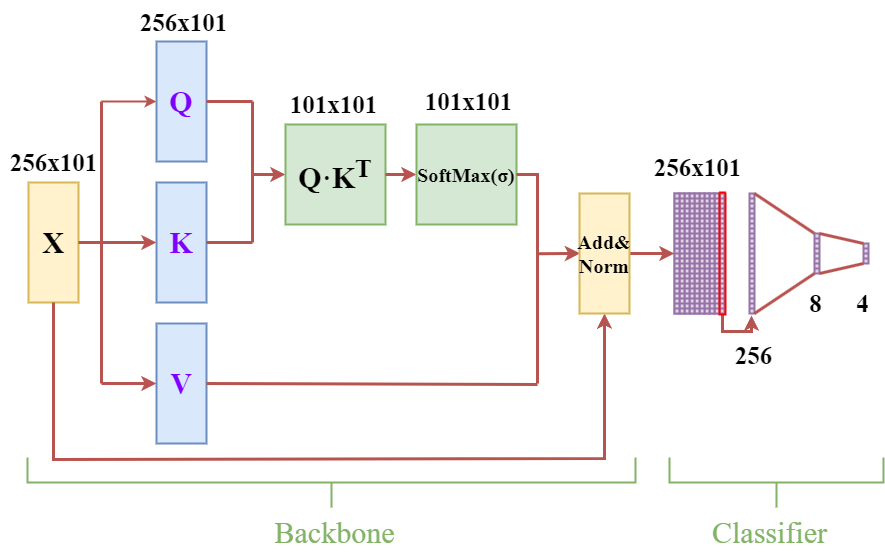
Above: attention.drawio.png in Purer-lyk/network_pic (draw.io), before the change. Source tidied: cells renumbered, new cells last; positions are measured from the earlier drawing's top-left corner, leaving out a move shared by most shapes.
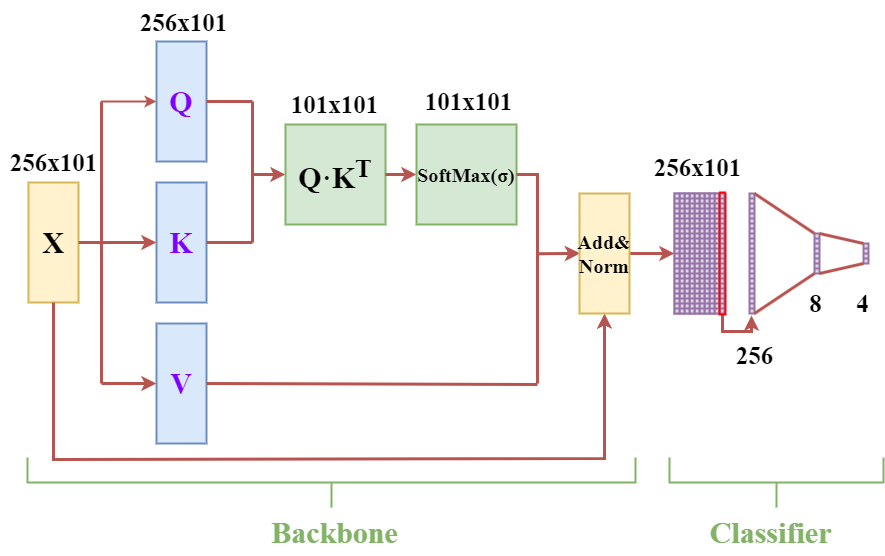
The same file after the commit.

What changed in the source:
```diff
@@ -1842,11 +1842,11 @@
     <mxCell id="602" style="strokeWidth=2;html=1;shape=mxgraph.flowchart.annotation_2;align=left;labelPosition=right;direction=north;fillColor=#d5e8d4;strokeColor=#82b366;" parent="1" vertex="1">
       <mxGeometry x="670" y="457" width="214" height="50" as="geometry" />
     </mxCell>
-    <mxCell id="603" value="&lt;font color=&quot;#82b366&quot; face=&quot;Times New Roman&quot; style=&quot;font-size: 30px;&quot;&gt;Backbone&lt;/font&gt;" style="text;html=1;align=center;verticalAlign=middle;strokeColor=none;fillColor=none;" parent="1" vertex="1">
-      <mxGeometry x="265" y="507" width="139" height="49" as="geometry" />
+    <mxCell id="603" value="&lt;font color=&quot;#82b366&quot; face=&quot;Times New Roman&quot; style=&quot;font-size: 30px;&quot;&gt;&lt;b&gt;Backbone&lt;/b&gt;&lt;/font&gt;" style="text;html=1;align=center;verticalAlign=middle;strokeColor=none;fillColor=none;" parent="1" vertex="1">
+      <mxGeometry x="262" y="507" width="146" height="49" as="geometry" />
     </mxCell>
-    <mxCell id="604" value="&lt;font color=&quot;#82b366&quot; face=&quot;Times New Roman&quot; style=&quot;font-size: 30px;&quot;&gt;Classifier&lt;/font&gt;" style="text;html=1;align=center;verticalAlign=middle;strokeColor=none;fillColor=none;" parent="1" vertex="1">
-      <mxGeometry x="703" y="507" width="134" height="49" as="geometry" />
+    <mxCell id="604" value="&lt;font color=&quot;#82b366&quot; face=&quot;Times New Roman&quot; style=&quot;font-size: 30px;&quot;&gt;&lt;b&gt;Classifier&lt;/b&gt;&lt;/font&gt;" style="text;html=1;align=center;verticalAlign=middle;strokeColor=none;fillColor=none;" parent="1" vertex="1">
+      <mxGeometry x="700" y="507" width="141" height="49" as="geometry" />
     </mxCell>
     <mxCell id="605" style="endArrow=classic;html=1;rounded=0;strokeWidth=3;exitX=0.5;exitY=1;exitDx=0;exitDy=0;entryX=0.5;entryY=1;entryDx=0;entryDy=0;fillColor=#f8cecc;strokeColor=#b85450;" parent="1" edge="1" source="2" target="607">
       <mxGeometry relative="1" as="geometry">
```
